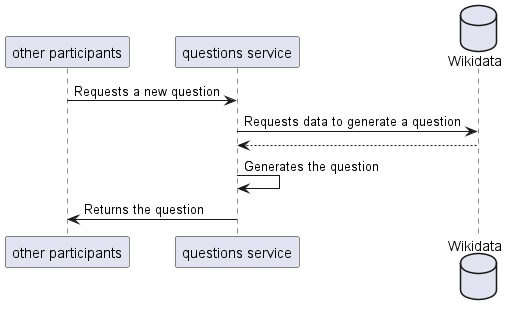
Arquisoft/wiq_es1c keeps this PlantUML diagram as images/Generate a question.png. Above is the earlier version. Its diagram source:
```plantuml
@startuml
participant a as "other participants"
participant q as "questions service"
database w as "Wikidata"

a -> q: Requests a new question
q -> w: Requests data to generate a question
w -->q
q -> q: Generates the question
q -> a: Returns the question
@enduml
```
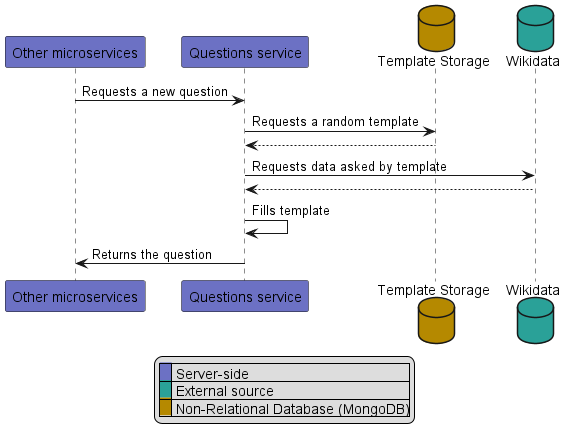
Later version of the same file.

Change to the diagram source:
```diff
@@ -1,11 +1,20 @@
 @startuml
-participant a as "other participants"
-participant q as "questions service"
-database w as "Wikidata"
+participant a as "Other microservices" #6c71c4
+participant q as "Questions service" #6c71c4
+database t as "Template Storage" #b58900
+database w as "Wikidata" #2aa198
 
 a -> q: Requests a new question
-q -> w: Requests data to generate a question
+q -> t: Requests a random template
+t -->q
+q -> w: Requests data asked by template
 w -->q
-q -> q: Generates the question
+q -> q: Fills template
 q -> a: Returns the question
+
+legend
+ |<back:#6c71c4>   </back>| Server-side |
+ |<back:#2aa198>   </back>| External source |
+ |<back:#b58900>   </back>| Non-Relational Database (MongoDB)|
+endlegend
 @enduml
```
